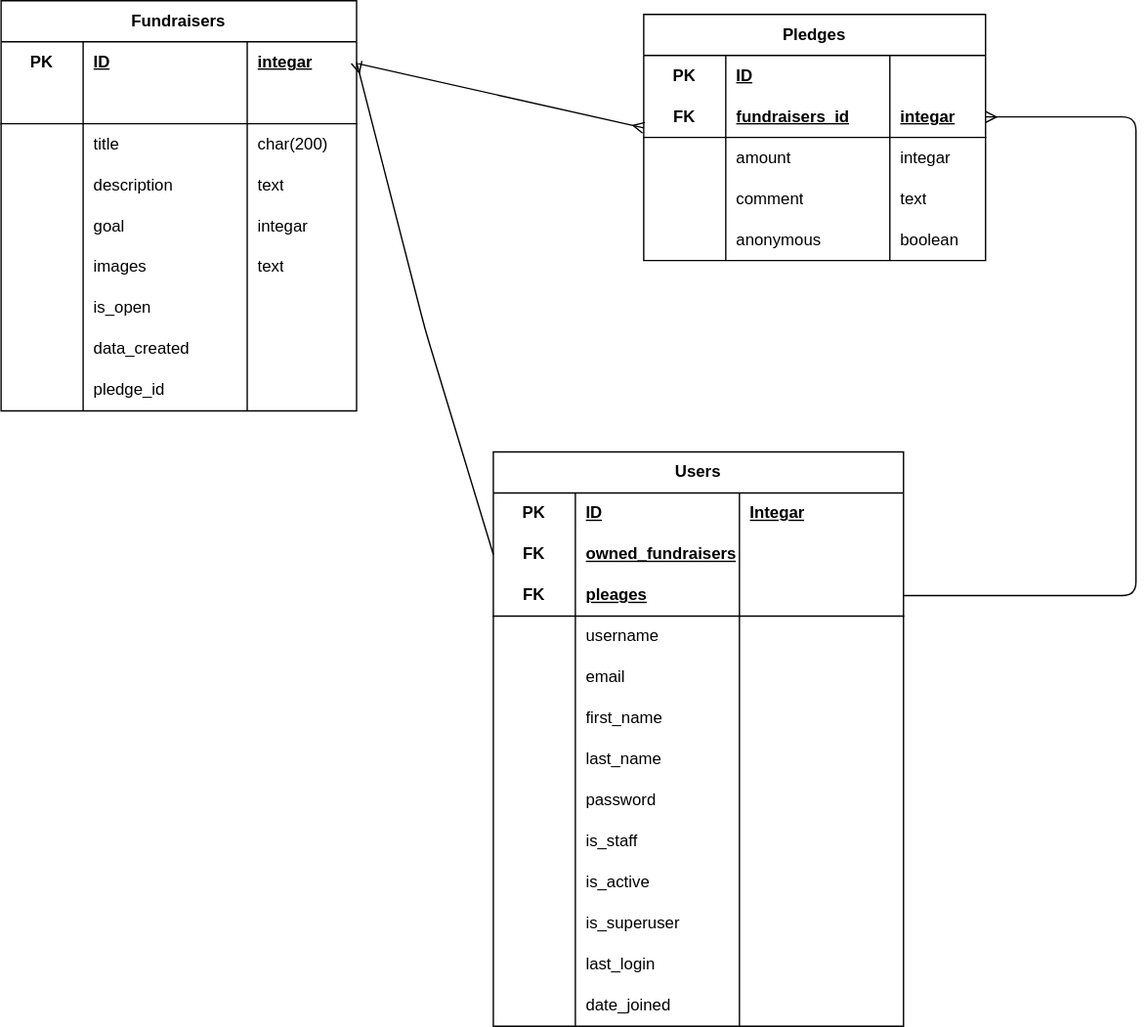
Before: database.drawio.svg, a diagram exported from draw.io (qinshen-n/crowdfunding_backend). Source tidied: cells renumbered, new cells last; positions are measured from the earlier drawing's top-left corner, leaving out a move shared by most shapes.
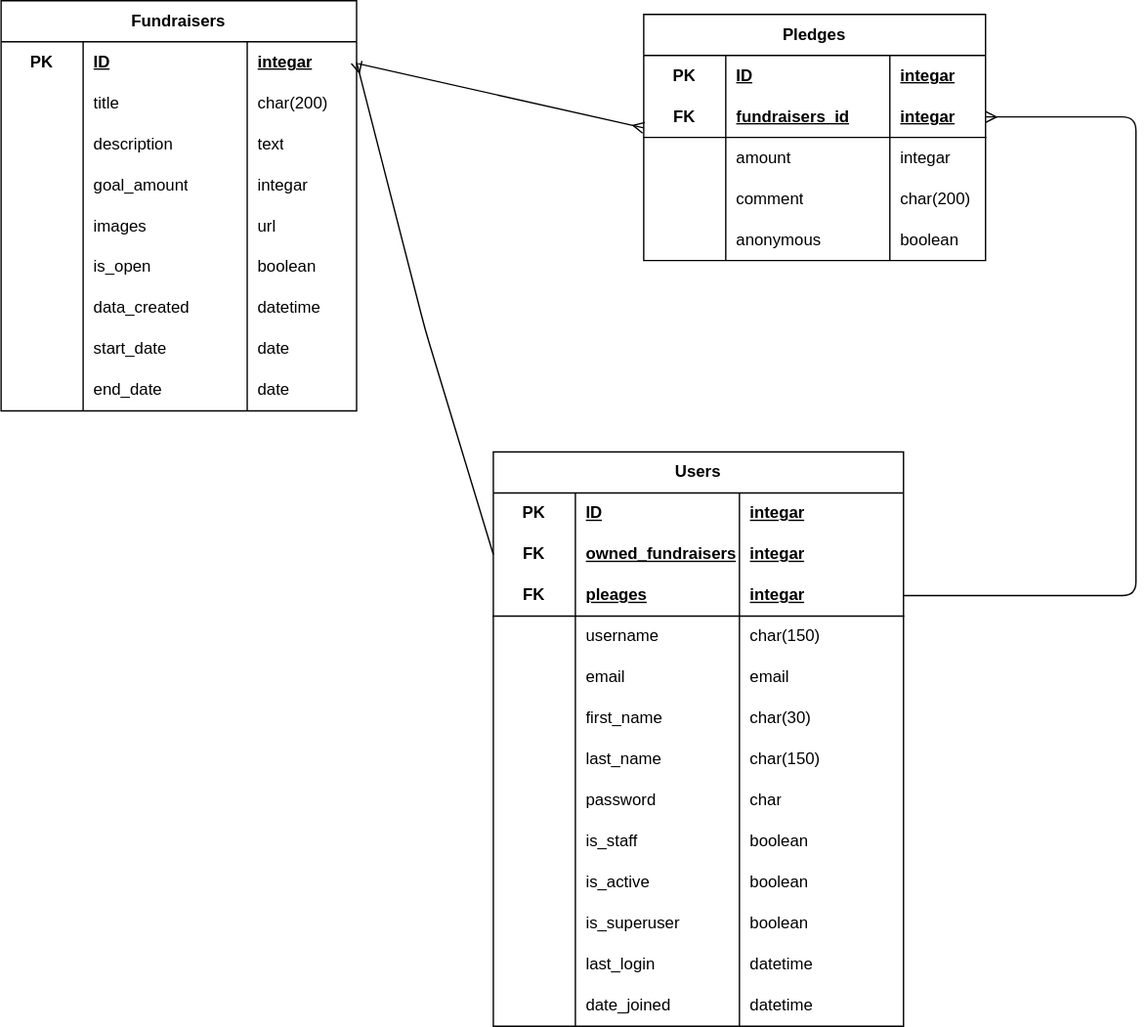
Above is the later version.

The edit, as a diff of the source:
```diff
@@ -19,16 +19,4 @@
     </mxCell>
-    <mxCell id="7" style="shape=tableRow;horizontal=0;startSize=0;swimlaneHead=0;swimlaneBody=0;fillColor=none;top=0;left=0;right=0;bottom=1;html=1;" parent="2" vertex="1">
-      <mxGeometry y="60" width="260" height="30" as="geometry" />
-    </mxCell>
-    <mxCell id="8" style="shape=partialRectangle;fillColor=none;top=0;left=0;bottom=0;right=0;fontStyle=1;overflow=hidden;html=1;whiteSpace=wrap;" parent="7" vertex="1">
-      <mxGeometry width="60" height="30" as="geometry" />
-    </mxCell>
-    <mxCell id="9" style="shape=partialRectangle;fillColor=none;top=0;left=0;bottom=0;right=0;align=left;spacingLeft=6;fontStyle=5;overflow=hidden;html=1;whiteSpace=wrap;" parent="7" vertex="1">
-      <mxGeometry x="60" width="120" height="30" as="geometry" />
-    </mxCell>
-    <mxCell id="10" style="shape=partialRectangle;fillColor=none;top=0;left=0;bottom=0;right=0;align=left;spacingLeft=6;fontStyle=5;overflow=hidden;html=1;whiteSpace=wrap;" parent="7" vertex="1">
-      <mxGeometry x="180" width="80" height="30" as="geometry" />
-    </mxCell>
     <mxCell id="11" style="shape=tableRow;horizontal=0;startSize=0;swimlaneHead=0;swimlaneBody=0;fillColor=none;top=0;left=0;right=0;bottom=0;html=1;" parent="2" vertex="1">
-      <mxGeometry y="90" width="260" height="30" as="geometry" />
+      <mxGeometry y="60" width="260" height="30" as="geometry" />
     </mxCell>
@@ -44,3 +32,3 @@
     <mxCell id="15" style="shape=tableRow;horizontal=0;startSize=0;swimlaneHead=0;swimlaneBody=0;fillColor=none;top=0;left=0;right=0;bottom=0;html=1;" parent="2" vertex="1">
-      <mxGeometry y="120" width="260" height="30" as="geometry" />
+      <mxGeometry y="90" width="260" height="30" as="geometry" />
     </mxCell>
@@ -56,3 +44,3 @@
     <mxCell id="19" style="shape=tableRow;horizontal=0;startSize=0;swimlaneHead=0;swimlaneBody=0;fillColor=none;top=0;left=0;right=0;bottom=0;html=1;" parent="2" vertex="1">
-      <mxGeometry y="150" width="260" height="30" as="geometry" />
+      <mxGeometry y="120" width="260" height="30" as="geometry" />
     </mxCell>
@@ -61,3 +49,3 @@
     </mxCell>
-    <mxCell id="21" value="goal" style="shape=partialRectangle;fillColor=none;top=0;left=0;bottom=0;right=0;align=left;spacingLeft=6;overflow=hidden;html=1;whiteSpace=wrap;" parent="19" vertex="1">
+    <mxCell id="21" value="goal_amount" style="shape=partialRectangle;fillColor=none;top=0;left=0;bottom=0;right=0;align=left;spacingLeft=6;overflow=hidden;html=1;whiteSpace=wrap;" parent="19" vertex="1">
       <mxGeometry x="60" width="120" height="30" as="geometry" />
@@ -68,3 +56,3 @@
     <mxCell id="23" style="shape=tableRow;horizontal=0;startSize=0;swimlaneHead=0;swimlaneBody=0;fillColor=none;top=0;left=0;right=0;bottom=0;html=1;" parent="2" vertex="1">
-      <mxGeometry y="180" width="260" height="30" as="geometry" />
+      <mxGeometry y="150" width="260" height="30" as="geometry" />
     </mxCell>
@@ -76,3 +64,3 @@
     </mxCell>
-    <mxCell id="26" value="text" style="shape=partialRectangle;fillColor=none;top=0;left=0;bottom=0;right=0;align=left;spacingLeft=6;overflow=hidden;html=1;whiteSpace=wrap;" parent="23" vertex="1">
+    <mxCell id="26" value="url" style="shape=partialRectangle;fillColor=none;top=0;left=0;bottom=0;right=0;align=left;spacingLeft=6;overflow=hidden;html=1;whiteSpace=wrap;" parent="23" vertex="1">
       <mxGeometry x="180" width="80" height="30" as="geometry" />
@@ -80,3 +68,3 @@
     <mxCell id="27" style="shape=tableRow;horizontal=0;startSize=0;swimlaneHead=0;swimlaneBody=0;fillColor=none;top=0;left=0;right=0;bottom=0;html=1;" parent="2" vertex="1">
-      <mxGeometry y="210" width="260" height="30" as="geometry" />
+      <mxGeometry y="180" width="260" height="30" as="geometry" />
     </mxCell>
@@ -88,3 +76,3 @@
     </mxCell>
-    <mxCell id="30" style="shape=partialRectangle;fillColor=none;top=0;left=0;bottom=0;right=0;align=left;spacingLeft=6;overflow=hidden;html=1;whiteSpace=wrap;" parent="27" vertex="1">
+    <mxCell id="30" value="boolean" style="shape=partialRectangle;fillColor=none;top=0;left=0;bottom=0;right=0;align=left;spacingLeft=6;overflow=hidden;html=1;whiteSpace=wrap;" parent="27" vertex="1">
       <mxGeometry x="180" width="80" height="30" as="geometry" />
@@ -92,3 +80,3 @@
     <mxCell id="31" style="shape=tableRow;horizontal=0;startSize=0;swimlaneHead=0;swimlaneBody=0;fillColor=none;top=0;left=0;right=0;bottom=0;html=1;" parent="2" vertex="1">
-      <mxGeometry y="240" width="260" height="30" as="geometry" />
+      <mxGeometry y="210" width="260" height="30" as="geometry" />
     </mxCell>
@@ -100,5 +88,17 @@
     </mxCell>
-    <mxCell id="34" style="shape=partialRectangle;fillColor=none;top=0;left=0;bottom=0;right=0;align=left;spacingLeft=6;overflow=hidden;html=1;whiteSpace=wrap;" parent="31" vertex="1">
+    <mxCell id="34" value="datetime" style="shape=partialRectangle;fillColor=none;top=0;left=0;bottom=0;right=0;align=left;spacingLeft=6;overflow=hidden;html=1;whiteSpace=wrap;" parent="31" vertex="1">
       <mxGeometry x="180" width="80" height="30" as="geometry" />
     </mxCell>
+    <mxCell id="116" style="shape=tableRow;horizontal=0;startSize=0;swimlaneHead=0;swimlaneBody=0;fillColor=none;top=0;left=0;right=0;bottom=0;html=1;" parent="2" vertex="1">
+      <mxGeometry y="240" width="260" height="30" as="geometry" />
+    </mxCell>
+    <mxCell id="117" style="shape=partialRectangle;fillColor=none;top=0;left=0;bottom=0;right=0;overflow=hidden;html=1;whiteSpace=wrap;" parent="116" vertex="1">
+      <mxGeometry width="60" height="30" as="geometry" />
+    </mxCell>
+    <mxCell id="118" value="start_date" style="shape=partialRectangle;fillColor=none;top=0;left=0;bottom=0;right=0;align=left;spacingLeft=6;overflow=hidden;html=1;whiteSpace=wrap;" parent="116" vertex="1">
+      <mxGeometry x="60" width="120" height="30" as="geometry" />
+    </mxCell>
+    <mxCell id="119" value="date" style="shape=partialRectangle;fillColor=none;top=0;left=0;bottom=0;right=0;align=left;spacingLeft=6;overflow=hidden;html=1;whiteSpace=wrap;" parent="116" vertex="1">
+      <mxGeometry x="180" width="80" height="30" as="geometry" />
+    </mxCell>
     <mxCell id="35" style="shape=tableRow;horizontal=0;startSize=0;swimlaneHead=0;swimlaneBody=0;fillColor=none;top=0;left=0;right=0;bottom=0;html=1;" parent="2" vertex="1">
@@ -106,11 +106,11 @@
     </mxCell>
-    <mxCell id="36" style="shape=partialRectangle;fillColor=none;top=0;left=0;bottom=0;right=0;overflow=hidden;html=1;whiteSpace=wrap;" parent="35" vertex="1">
-      <mxGeometry width="60" height="30" as="geometry" />
-    </mxCell>
-    <mxCell id="37" value="pledge_id" style="shape=partialRectangle;fillColor=none;top=0;left=0;bottom=0;right=0;align=left;spacingLeft=6;overflow=hidden;html=1;whiteSpace=wrap;" parent="35" vertex="1">
-      <mxGeometry x="60" width="120" height="30" as="geometry" />
-    </mxCell>
-    <mxCell id="38" style="shape=partialRectangle;fillColor=none;top=0;left=0;bottom=0;right=0;align=left;spacingLeft=6;overflow=hidden;html=1;whiteSpace=wrap;" parent="35" vertex="1">
-      <mxGeometry x="180" width="80" height="30" as="geometry" />
-    </mxCell>
+    <mxCell id="120" style="shape=partialRectangle;fillColor=none;top=0;left=0;bottom=0;right=0;overflow=hidden;html=1;whiteSpace=wrap;" parent="35" vertex="1">
+      <mxGeometry width="60" height="30" as="geometry" />
+    </mxCell>
+    <mxCell id="121" value="end_date" style="shape=partialRectangle;fillColor=none;top=0;left=0;bottom=0;right=0;align=left;spacingLeft=6;overflow=hidden;html=1;whiteSpace=wrap;" parent="35" vertex="1">
+      <mxGeometry x="60" width="120" height="30" as="geometry" />
+    </mxCell>
+    <mxCell id="122" value="date" style="shape=partialRectangle;fillColor=none;top=0;left=0;bottom=0;right=0;align=left;spacingLeft=6;overflow=hidden;html=1;whiteSpace=wrap;" parent="35" vertex="1">
+      <mxGeometry x="180" width="80" height="30" as="geometry" />
+    </mxCell>
     <mxCell id="39" value="Pledges" style="shape=table;startSize=30;rowLines=0;fontStyle=1;align=center;html=1;whiteSpace=wrap;" parent="1" vertex="1">
@@ -127,3 +127,3 @@
     </mxCell>
-    <mxCell id="43" style="shape=partialRectangle;fillColor=none;top=0;left=0;bottom=0;right=0;align=left;spacingLeft=6;fontStyle=5;overflow=hidden;html=1;whiteSpace=wrap;" parent="40" vertex="1">
+    <mxCell id="43" value="integar" style="shape=partialRectangle;fillColor=none;top=0;left=0;bottom=0;right=0;align=left;spacingLeft=6;fontStyle=5;overflow=hidden;html=1;whiteSpace=wrap;" parent="40" vertex="1">
       <mxGeometry x="180" width="70" height="30" as="geometry" />
@@ -163,3 +163,3 @@
     </mxCell>
-    <mxCell id="55" value="text" style="shape=partialRectangle;fillColor=none;top=0;left=0;bottom=0;right=0;align=left;spacingLeft=6;overflow=hidden;html=1;whiteSpace=wrap;" parent="52" vertex="1">
+    <mxCell id="55" value="char(200)" style="shape=partialRectangle;fillColor=none;top=0;left=0;bottom=0;right=0;align=left;spacingLeft=6;overflow=hidden;html=1;whiteSpace=wrap;" parent="52" vertex="1">
       <mxGeometry x="180" width="70" height="30" as="geometry" />
@@ -195,3 +195,3 @@
     </mxCell>
-    <mxCell id="65" value="Integar" style="shape=partialRectangle;fillColor=none;top=0;left=0;bottom=0;right=0;align=left;spacingLeft=6;fontStyle=5;overflow=hidden;html=1;whiteSpace=wrap;" parent="62" vertex="1">
+    <mxCell id="65" value="integar" style="shape=partialRectangle;fillColor=none;top=0;left=0;bottom=0;right=0;align=left;spacingLeft=6;fontStyle=5;overflow=hidden;html=1;whiteSpace=wrap;" parent="62" vertex="1">
       <mxGeometry x="180" width="120" height="30" as="geometry" />
@@ -207,3 +207,3 @@
     </mxCell>
-    <mxCell id="69" style="shape=partialRectangle;fillColor=none;top=0;left=0;bottom=0;right=0;align=left;spacingLeft=6;fontStyle=5;overflow=hidden;html=1;whiteSpace=wrap;" parent="66" vertex="1">
+    <mxCell id="69" value="integar" style="shape=partialRectangle;fillColor=none;top=0;left=0;bottom=0;right=0;align=left;spacingLeft=6;fontStyle=5;overflow=hidden;html=1;whiteSpace=wrap;" parent="66" vertex="1">
       <mxGeometry x="180" width="120" height="30" as="geometry" />
@@ -219,3 +219,3 @@
     </mxCell>
-    <mxCell id="73" style="shape=partialRectangle;fillColor=none;top=0;left=0;bottom=0;right=0;align=left;spacingLeft=6;fontStyle=5;overflow=hidden;html=1;whiteSpace=wrap;" parent="70" vertex="1">
+    <mxCell id="73" value="integar" style="shape=partialRectangle;fillColor=none;top=0;left=0;bottom=0;right=0;align=left;spacingLeft=6;fontStyle=5;overflow=hidden;html=1;whiteSpace=wrap;" parent="70" vertex="1">
       <mxGeometry x="180" width="120" height="30" as="geometry" />
@@ -231,3 +231,3 @@
     </mxCell>
-    <mxCell id="77" style="shape=partialRectangle;fillColor=none;top=0;left=0;bottom=0;right=0;align=left;spacingLeft=6;overflow=hidden;html=1;whiteSpace=wrap;" parent="74" vertex="1">
+    <mxCell id="77" value="char(150)" style="shape=partialRectangle;fillColor=none;top=0;left=0;bottom=0;right=0;align=left;spacingLeft=6;overflow=hidden;html=1;whiteSpace=wrap;" parent="74" vertex="1">
       <mxGeometry x="180" width="120" height="30" as="geometry" />
@@ -243,3 +243,3 @@
     </mxCell>
-    <mxCell id="81" style="shape=partialRectangle;fillColor=none;top=0;left=0;bottom=0;right=0;align=left;spacingLeft=6;overflow=hidden;html=1;whiteSpace=wrap;" parent="78" vertex="1">
+    <mxCell id="81" value="email" style="shape=partialRectangle;fillColor=none;top=0;left=0;bottom=0;right=0;align=left;spacingLeft=6;overflow=hidden;html=1;whiteSpace=wrap;" parent="78" vertex="1">
       <mxGeometry x="180" width="120" height="30" as="geometry" />
@@ -255,3 +255,3 @@
     </mxCell>
-    <mxCell id="85" style="shape=partialRectangle;fillColor=none;top=0;left=0;bottom=0;right=0;align=left;spacingLeft=6;overflow=hidden;html=1;whiteSpace=wrap;" parent="82" vertex="1">
+    <mxCell id="85" value="char(30)" style="shape=partialRectangle;fillColor=none;top=0;left=0;bottom=0;right=0;align=left;spacingLeft=6;overflow=hidden;html=1;whiteSpace=wrap;" parent="82" vertex="1">
       <mxGeometry x="180" width="120" height="30" as="geometry" />
@@ -267,3 +267,3 @@
     </mxCell>
-    <mxCell id="89" style="shape=partialRectangle;fillColor=none;top=0;left=0;bottom=0;right=0;align=left;spacingLeft=6;overflow=hidden;html=1;whiteSpace=wrap;" parent="86" vertex="1">
+    <mxCell id="89" value="char(150)" style="shape=partialRectangle;fillColor=none;top=0;left=0;bottom=0;right=0;align=left;spacingLeft=6;overflow=hidden;html=1;whiteSpace=wrap;" parent="86" vertex="1">
       <mxGeometry x="180" width="120" height="30" as="geometry" />
@@ -279,3 +279,3 @@
     </mxCell>
-    <mxCell id="93" style="shape=partialRectangle;fillColor=none;top=0;left=0;bottom=0;right=0;align=left;spacingLeft=6;overflow=hidden;html=1;whiteSpace=wrap;" parent="90" vertex="1">
+    <mxCell id="93" value="char" style="shape=partialRectangle;fillColor=none;top=0;left=0;bottom=0;right=0;align=left;spacingLeft=6;overflow=hidden;html=1;whiteSpace=wrap;" parent="90" vertex="1">
       <mxGeometry x="180" width="120" height="30" as="geometry" />
@@ -291,3 +291,3 @@
     </mxCell>
-    <mxCell id="97" style="shape=partialRectangle;fillColor=none;top=0;left=0;bottom=0;right=0;align=left;spacingLeft=6;overflow=hidden;html=1;whiteSpace=wrap;" parent="94" vertex="1">
+    <mxCell id="97" value="boolean" style="shape=partialRectangle;fillColor=none;top=0;left=0;bottom=0;right=0;align=left;spacingLeft=6;overflow=hidden;html=1;whiteSpace=wrap;" parent="94" vertex="1">
       <mxGeometry x="180" width="120" height="30" as="geometry" />
@@ -303,3 +303,3 @@
     </mxCell>
-    <mxCell id="101" style="shape=partialRectangle;fillColor=none;top=0;left=0;bottom=0;right=0;align=left;spacingLeft=6;overflow=hidden;html=1;whiteSpace=wrap;" parent="98" vertex="1">
+    <mxCell id="101" value="boolean" style="shape=partialRectangle;fillColor=none;top=0;left=0;bottom=0;right=0;align=left;spacingLeft=6;overflow=hidden;html=1;whiteSpace=wrap;" parent="98" vertex="1">
       <mxGeometry x="180" width="120" height="30" as="geometry" />
@@ -315,3 +315,3 @@
     </mxCell>
-    <mxCell id="105" style="shape=partialRectangle;fillColor=none;top=0;left=0;bottom=0;right=0;align=left;spacingLeft=6;overflow=hidden;html=1;whiteSpace=wrap;" parent="102" vertex="1">
+    <mxCell id="105" value="boolean" style="shape=partialRectangle;fillColor=none;top=0;left=0;bottom=0;right=0;align=left;spacingLeft=6;overflow=hidden;html=1;whiteSpace=wrap;" parent="102" vertex="1">
       <mxGeometry x="180" width="120" height="30" as="geometry" />
@@ -327,3 +327,3 @@
     </mxCell>
-    <mxCell id="109" style="shape=partialRectangle;fillColor=none;top=0;left=0;bottom=0;right=0;align=left;spacingLeft=6;overflow=hidden;html=1;whiteSpace=wrap;" parent="106" vertex="1">
+    <mxCell id="109" value="datetime" style="shape=partialRectangle;fillColor=none;top=0;left=0;bottom=0;right=0;align=left;spacingLeft=6;overflow=hidden;html=1;whiteSpace=wrap;" parent="106" vertex="1">
       <mxGeometry x="180" width="120" height="30" as="geometry" />
@@ -339,3 +339,3 @@
     </mxCell>
-    <mxCell id="113" style="shape=partialRectangle;fillColor=none;top=0;left=0;bottom=0;right=0;align=left;spacingLeft=6;overflow=hidden;html=1;whiteSpace=wrap;" parent="110" vertex="1">
+    <mxCell id="113" value="datetime" style="shape=partialRectangle;fillColor=none;top=0;left=0;bottom=0;right=0;align=left;spacingLeft=6;overflow=hidden;html=1;whiteSpace=wrap;" parent="110" vertex="1">
       <mxGeometry x="180" width="120" height="30" as="geometry" />
```
